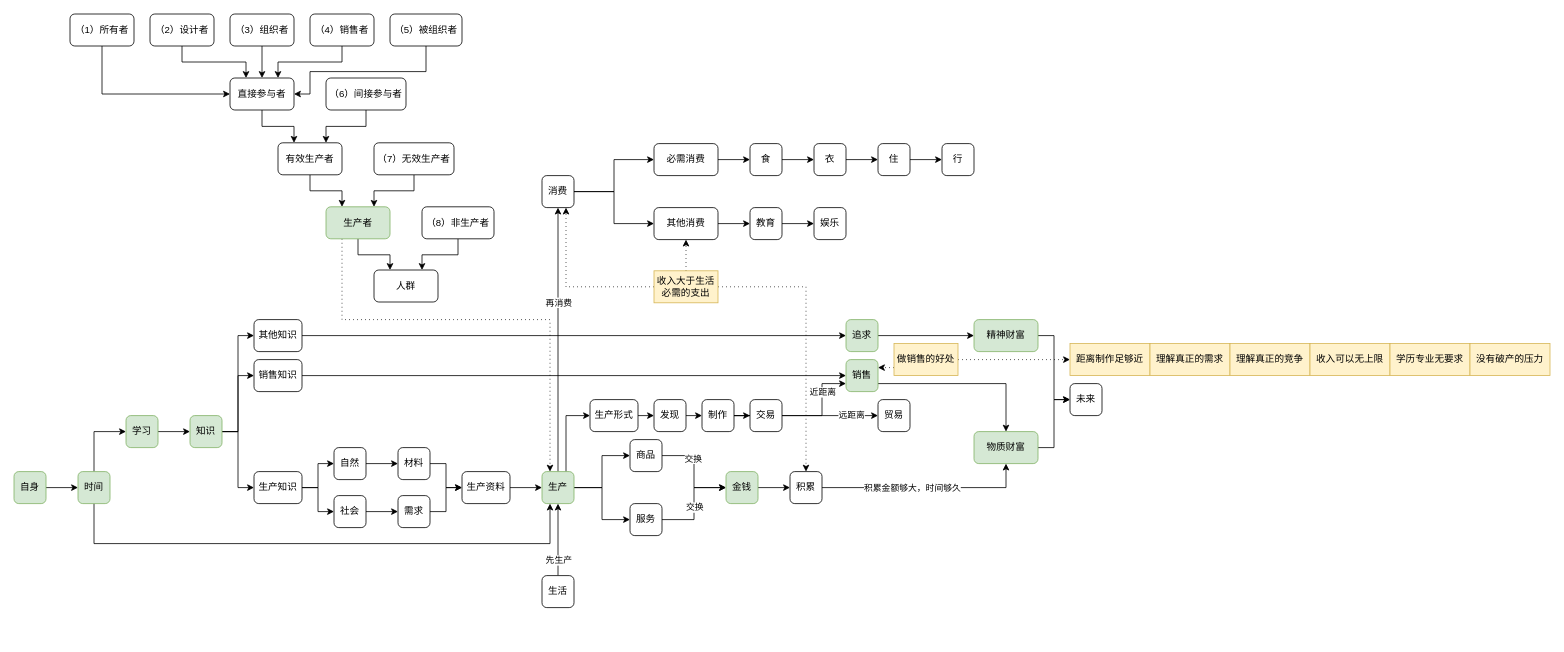
Before: 财富的真相.drawio in yanhanfrontend/draw.io.workspace, a draw.io diagram. Source tidied: cells renumbered, new cells numbered last; positions are measured from the earlier drawing's top-left corner, leaving out a move shared by most shapes. Both pictures are drawn from the tidied source at 80%, with x=0, y=0 at pixel (14, 14).
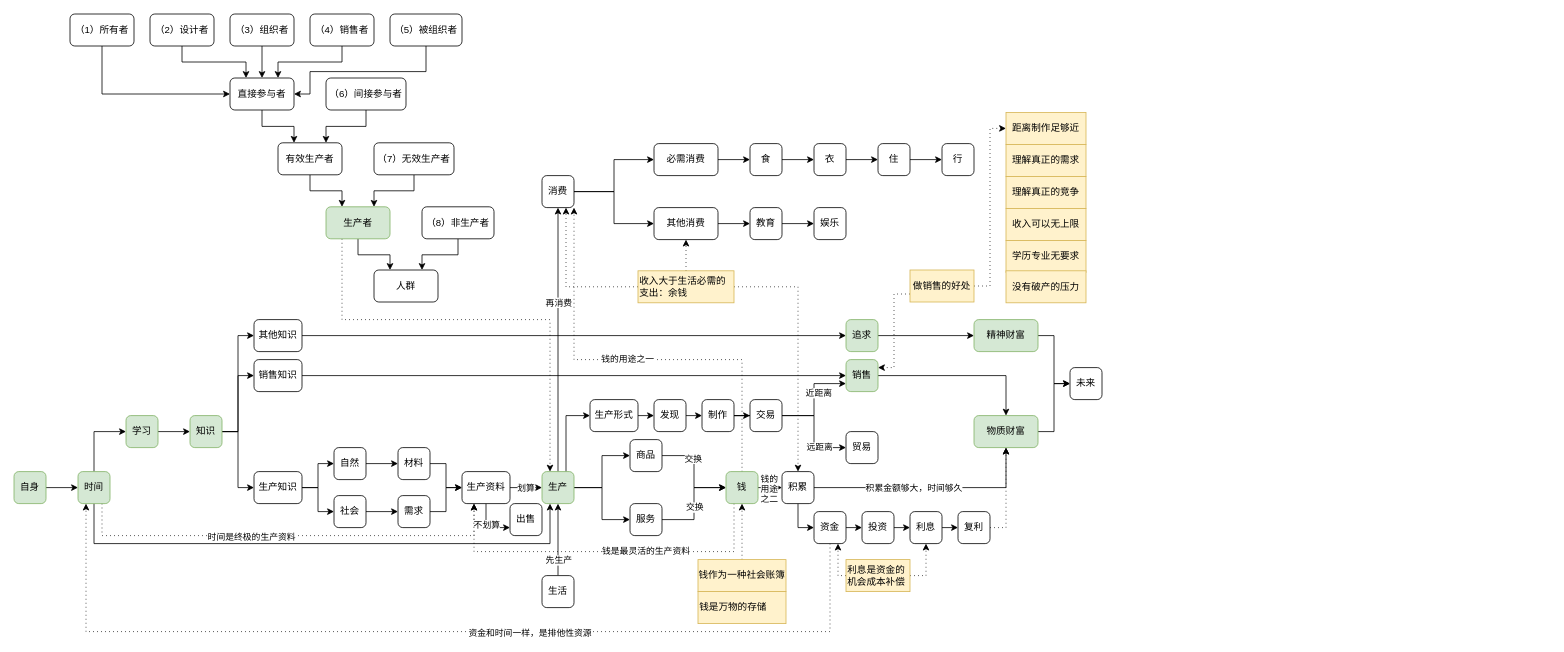
After the change.

Commit message (it also covers changes not shown here):
更新财富的真相.drawio

Unchanged cells that the change refers to:
```xml
<mxCell id="13" value="消费" style="rounded=1;whiteSpace=wrap;html=1;" parent="1" vertex="1">
  <mxGeometry x="660" y="202" width="40" height="40" as="geometry" />
</mxCell>
<mxCell id="36" style="edgeStyle=orthogonalEdgeStyle;rounded=0;jettySize=auto;html=1;exitX=1;exitY=0.5;exitDx=0;exitDy=0;entryX=0;entryY=0.5;entryDx=0;entryDy=0;" parent="1" edge="1" source="37" target="44">
  <mxGeometry relative="1" as="geometry" />
</mxCell>
<mxCell id="45" style="edgeStyle=orthogonalEdgeStyle;rounded=0;jettySize=auto;html=1;exitX=1;exitY=0.5;exitDx=0;exitDy=0;entryX=0;entryY=0.5;entryDx=0;entryDy=0;" parent="1" edge="1" source="46" target="10">
  <mxGeometry relative="1" as="geometry" />
</mxCell>
<mxCell id="46" value="生产资料" style="rounded=1;whiteSpace=wrap;html=1;" parent="1" vertex="1">
  <mxGeometry x="560" y="572" width="60" height="40" as="geometry" />
</mxCell>
<mxCell id="53" value="时间" style="rounded=1;whiteSpace=wrap;html=1;fillColor=#d5e8d4;strokeColor=#82b366;" parent="1" vertex="1">
  <mxGeometry x="80" y="572" width="40" height="40" as="geometry" />
</mxCell>
<mxCell id="100" value="交易" style="rounded=1;whiteSpace=wrap;html=1;" parent="1" vertex="1">
  <mxGeometry x="920" y="482" width="40" height="40" as="geometry" />
</mxCell>
<mxCell id="102" value="销售" style="rounded=1;whiteSpace=wrap;html=1;fillColor=#d5e8d4;strokeColor=#82b366;" parent="1" vertex="1">
  <mxGeometry x="1040" y="432" width="40" height="40" as="geometry" />
</mxCell>
```

Change to the diagram source:
```diff
@@
+    <mxCell id="125" value="钱的&lt;br&gt;用途&lt;br&gt;之二" style="edgeLabel;html=1;align=center;verticalAlign=middle;" parent="36" vertex="1">
+      <mxGeometry x="-0.11" y="-1" relative="1" as="geometry" />
+    </mxCell>
+    <mxCell id="126" style="edgeStyle=orthogonalEdgeStyle;rounded=0;jettySize=auto;html=1;exitX=0.5;exitY=0;exitDx=0;exitDy=0;entryX=1;entryY=1;entryDx=0;entryDy=0;dashed=1;dashPattern=1 4;" parent="1" edge="1" source="37" target="13">
+      <mxGeometry relative="1" as="geometry">
+        <Array as="points">
+          <mxPoint x="910" y="432" />
+          <mxPoint x="700" y="432" />
+        </Array>
+      </mxGeometry>
+    </mxCell>
+    <mxCell id="127" value="钱的用途之一" style="edgeLabel;html=1;align=center;verticalAlign=middle;" parent="126" vertex="1">
+      <mxGeometry x="0.05" y="-1" relative="1" as="geometry" />
+    </mxCell>
+    <mxCell id="128" style="edgeStyle=orthogonalEdgeStyle;rounded=0;jettySize=auto;html=1;exitX=0.25;exitY=1;exitDx=0;exitDy=0;entryX=0.25;entryY=1;entryDx=0;entryDy=0;dashed=1;dashPattern=1 4;" parent="1" edge="1" source="37" target="46">
+      <mxGeometry relative="1" as="geometry">
+        <Array as="points">
+          <mxPoint x="900" y="672" />
+          <mxPoint x="575" y="672" />
+        </Array>
+      </mxGeometry>
+    </mxCell>
+    <mxCell id="129" value="钱是最灵活的生产资料" style="edgeLabel;html=1;align=center;verticalAlign=middle;" parent="128" vertex="1">
+      <mxGeometry x="-0.23" y="-1" relative="1" as="geometry" />
+    </mxCell>
-    <mxCell id="37" value="金钱" style="rounded=1;whiteSpace=wrap;html=1;fillColor=#d5e8d4;strokeColor=#82b366;" parent="1" vertex="1">
+    <mxCell id="37" value="钱" style="rounded=1;whiteSpace=wrap;html=1;fillColor=#d5e8d4;strokeColor=#82b366;" parent="1" vertex="1">
       <mxGeometry x="890" y="572" width="40" height="40" as="geometry" />
     </mxCell>
@@
     <mxCell id="39" value="物质财富" style="rounded=1;whiteSpace=wrap;html=1;fillColor=#d5e8d4;strokeColor=#82b366;" parent="1" vertex="1">
-      <mxGeometry x="1200" y="522" width="80" height="40" as="geometry" />
+      <mxGeometry x="1200" y="502" width="80" height="40" as="geometry" />
     </mxCell>
@@
-    <mxCell id="43" value="收入大于生活必需的支出" style="text;html=1;align=center;verticalAlign=middle;whiteSpace=wrap;rounded=0;fillColor=#fff2cc;strokeColor=#d6b656;" parent="1" vertex="1">
-      <mxGeometry x="800" y="321" width="80" height="40" as="geometry" />
+    <mxCell id="43" value="收入大于生活必需的支出：余钱" style="text;html=1;align=left;verticalAlign=middle;whiteSpace=wrap;rounded=0;fillColor=#fff2cc;strokeColor=#d6b656;" parent="1" vertex="1">
+      <mxGeometry x="780" y="321" width="120" height="40" as="geometry" />
     </mxCell>
+    <mxCell id="130" style="edgeStyle=orthogonalEdgeStyle;rounded=0;jettySize=auto;html=1;exitX=0.5;exitY=1;exitDx=0;exitDy=0;entryX=0;entryY=0.5;entryDx=0;entryDy=0;" parent="1" edge="1" source="44" target="143">
+      <mxGeometry relative="1" as="geometry">
+        <Array as="points">
+          <mxPoint x="980" y="642" />
+        </Array>
+      </mxGeometry>
+    </mxCell>
     <mxCell id="44" value="积累" style="rounded=1;whiteSpace=wrap;html=1;" parent="1" vertex="1">
-      <mxGeometry x="970" y="572" width="40" height="40" as="geometry" />
+      <mxGeometry x="960" y="572" width="40" height="40" as="geometry" />
     </mxCell>
@@
+    <mxCell id="131" value="划算" style="edgeLabel;html=1;align=center;verticalAlign=middle;" parent="45" vertex="1">
+      <mxGeometry x="-0.07" y="-2" relative="1" as="geometry">
+        <mxPoint y="-2" as="offset" />
+      </mxGeometry>
+    </mxCell>
+    <mxCell id="132" style="edgeStyle=orthogonalEdgeStyle;rounded=0;jettySize=auto;html=1;exitX=0.5;exitY=1;exitDx=0;exitDy=0;entryX=0;entryY=0.75;entryDx=0;entryDy=0;" parent="1" edge="1" source="46" target="136">
+      <mxGeometry relative="1" as="geometry" />
+    </mxCell>
+    <mxCell id="133" value="不划算" style="edgeLabel;html=1;align=center;verticalAlign=middle;" parent="132" vertex="1">
+      <mxGeometry x="-0.12" relative="1" as="geometry" />
+    </mxCell>
@@
+    <mxCell id="134" style="edgeStyle=orthogonalEdgeStyle;rounded=0;jettySize=auto;html=1;exitX=0.75;exitY=1;exitDx=0;exitDy=0;entryX=0.25;entryY=1;entryDx=0;entryDy=0;dashed=1;dashPattern=1 4;" parent="1" edge="1" source="53" target="46">
+      <mxGeometry relative="1" as="geometry">
+        <Array as="points">
+          <mxPoint x="110" y="652" />
+          <mxPoint x="575" y="652" />
+        </Array>
+      </mxGeometry>
+    </mxCell>
+    <mxCell id="135" value="时间是终极的生产资料" style="edgeLabel;html=1;align=center;verticalAlign=middle;" parent="134" vertex="1">
+      <mxGeometry x="-0.17" y="-1" relative="1" as="geometry" />
+    </mxCell>
@@
     <mxCell id="96" style="edgeStyle=orthogonalEdgeStyle;rounded=0;jettySize=auto;html=1;exitX=1;exitY=0.5;exitDx=0;exitDy=0;entryX=0;entryY=0.75;entryDx=0;entryDy=0;" parent="1" edge="1" source="100" target="102">
       <mxGeometry relative="1" as="geometry">
         <Array as="points">
-          <mxPoint x="1010" y="502" />
-          <mxPoint x="1010" y="462" />
+          <mxPoint x="1000" y="502" />
+          <mxPoint x="1000" y="462" />
         </Array>
       </mxGeometry>
     </mxCell>
@@
-    <mxCell id="101" style="edgeStyle=orthogonalEdgeStyle;rounded=0;jettySize=auto;html=1;exitX=1;exitY=0.75;exitDx=0;exitDy=0;" parent="1" edge="1" source="102" target="39">
+    <mxCell id="101" style="edgeStyle=orthogonalEdgeStyle;rounded=0;jettySize=auto;html=1;exitX=1;exitY=0.5;exitDx=0;exitDy=0;" parent="1" edge="1" source="102" target="39">
       <mxGeometry relative="1" as="geometry" />
     </mxCell>
@@
     <mxCell id="103" value="贸易" style="rounded=1;whiteSpace=wrap;html=1;" parent="1" vertex="1">
-      <mxGeometry x="1080" y="482" width="40" height="40" as="geometry" />
+      <mxGeometry x="1040" y="522" width="40" height="40" as="geometry" />
     </mxCell>
@@
     <mxCell id="106" value="做销售的好处" style="text;html=1;align=center;verticalAlign=middle;whiteSpace=wrap;rounded=0;fillColor=#fff2cc;strokeColor=#d6b656;" parent="1" vertex="1">
-      <mxGeometry x="1100" y="412" width="80" height="40" as="geometry" />
+      <mxGeometry x="1120" y="320" width="80" height="40" as="geometry" />
     </mxCell>
     <mxCell id="107" value="距离制作足够近" style="text;html=1;align=center;verticalAlign=middle;whiteSpace=wrap;rounded=0;fillColor=#fff2cc;strokeColor=#d6b656;" parent="1" vertex="1">
-      <mxGeometry x="1320" y="412" width="100" height="40" as="geometry" />
+      <mxGeometry x="1240" y="123" width="100" height="40" as="geometry" />
     </mxCell>
     <mxCell id="108" value="理解真正的需求" style="text;html=1;align=center;verticalAlign=middle;whiteSpace=wrap;rounded=0;fillColor=#fff2cc;strokeColor=#d6b656;" parent="1" vertex="1">
-      <mxGeometry x="1420" y="412" width="100" height="40" as="geometry" />
+      <mxGeometry x="1240" y="163" width="100" height="40" as="geometry" />
     </mxCell>
     <mxCell id="109" value="理解真正的竞争" style="text;html=1;align=center;verticalAlign=middle;whiteSpace=wrap;rounded=0;fillColor=#fff2cc;strokeColor=#d6b656;" parent="1" vertex="1">
-      <mxGeometry x="1520" y="412" width="100" height="40" as="geometry" />
+      <mxGeometry x="1240" y="203" width="100" height="40" as="geometry" />
     </mxCell>
     <mxCell id="110" value="收入可以无上限" style="text;html=1;align=center;verticalAlign=middle;whiteSpace=wrap;rounded=0;fillColor=#fff2cc;strokeColor=#d6b656;" parent="1" vertex="1">
-      <mxGeometry x="1620" y="412" width="100" height="40" as="geometry" />
+      <mxGeometry x="1240" y="243" width="100" height="40" as="geometry" />
     </mxCell>
     <mxCell id="111" value="学历专业无要求" style="text;html=1;align=center;verticalAlign=middle;whiteSpace=wrap;rounded=0;fillColor=#fff2cc;strokeColor=#d6b656;" parent="1" vertex="1">
-      <mxGeometry x="1720" y="412" width="100" height="40" as="geometry" />
+      <mxGeometry x="1240" y="283" width="100" height="40" as="geometry" />
     </mxCell>
     <mxCell id="112" value="没有破产的压力" style="text;html=1;align=center;verticalAlign=middle;whiteSpace=wrap;rounded=0;fillColor=#fff2cc;strokeColor=#d6b656;" parent="1" vertex="1">
-      <mxGeometry x="1820" y="412" width="100" height="40" as="geometry" />
+      <mxGeometry x="1240" y="321" width="100" height="40" as="geometry" />
     </mxCell>
@@
     <mxCell id="124" value="未来" style="rounded=1;whiteSpace=wrap;html=1;" parent="1" vertex="1">
-      <mxGeometry x="1320" y="462" width="40" height="40" as="geometry" />
+      <mxGeometry x="1320" y="442" width="40" height="40" as="geometry" />
     </mxCell>
+    <mxCell id="136" value="出售" style="rounded=1;whiteSpace=wrap;html=1;" parent="1" vertex="1">
+      <mxGeometry x="620" y="612" width="40" height="40" as="geometry" />
+    </mxCell>
+    <mxCell id="137" value="钱是万物的存储" style="text;html=1;align=left;verticalAlign=middle;whiteSpace=wrap;rounded=0;fillColor=#fff2cc;strokeColor=#d6b656;" parent="1" vertex="1">
+      <mxGeometry x="855" y="722" width="110" height="40" as="geometry" />
+    </mxCell>
+    <mxCell id="138" style="edgeStyle=orthogonalEdgeStyle;rounded=0;jettySize=auto;html=1;exitX=0.5;exitY=0;exitDx=0;exitDy=0;entryX=0.5;entryY=1;entryDx=0;entryDy=0;dashed=1;dashPattern=1 4;" parent="1" edge="1" source="139" target="37">
+      <mxGeometry relative="1" as="geometry" />
+    </mxCell>
+    <mxCell id="139" value="钱作为一种社会账簿" style="text;html=1;align=center;verticalAlign=middle;whiteSpace=wrap;rounded=0;fillColor=#fff2cc;strokeColor=#d6b656;" parent="1" vertex="1">
+      <mxGeometry x="855" y="682" width="110" height="40" as="geometry" />
+    </mxCell>
+    <mxCell id="140" style="edgeStyle=orthogonalEdgeStyle;rounded=0;jettySize=auto;html=1;exitX=0.5;exitY=1;exitDx=0;exitDy=0;entryX=0.25;entryY=1;entryDx=0;entryDy=0;dashed=1;dashPattern=1 4;" parent="1" edge="1" source="143" target="53">
+      <mxGeometry relative="1" as="geometry">
+        <Array as="points">
+          <mxPoint x="1020" y="772" />
+          <mxPoint x="90" y="772" />
+        </Array>
+      </mxGeometry>
+    </mxCell>
+    <mxCell id="141" value="资金和时间一样，是排他性资源" style="edgeLabel;html=1;align=center;verticalAlign=middle;" parent="140" vertex="1">
+      <mxGeometry x="-0.19" y="1" relative="1" as="geometry" />
+    </mxCell>
+    <mxCell id="142" style="edgeStyle=orthogonalEdgeStyle;rounded=0;jettySize=auto;html=1;exitX=1;exitY=0.5;exitDx=0;exitDy=0;entryX=0;entryY=0.5;entryDx=0;entryDy=0;" parent="1" edge="1" source="143" target="145">
+      <mxGeometry relative="1" as="geometry" />
+    </mxCell>
+    <mxCell id="143" value="资金" style="rounded=1;whiteSpace=wrap;html=1;" parent="1" vertex="1">
+      <mxGeometry x="1000" y="622" width="40" height="40" as="geometry" />
+    </mxCell>
+    <mxCell id="144" style="edgeStyle=orthogonalEdgeStyle;rounded=0;jettySize=auto;html=1;exitX=1;exitY=0.5;exitDx=0;exitDy=0;entryX=0;entryY=0.5;entryDx=0;entryDy=0;" parent="1" edge="1" source="145" target="150">
+      <mxGeometry relative="1" as="geometry" />
+    </mxCell>
+    <mxCell id="145" value="投资" style="rounded=1;whiteSpace=wrap;html=1;" parent="1" vertex="1">
+      <mxGeometry x="1060" y="622" width="40" height="40" as="geometry" />
+    </mxCell>
+    <mxCell id="146" style="edgeStyle=orthogonalEdgeStyle;rounded=0;jettySize=auto;html=1;exitX=0;exitY=0.5;exitDx=0;exitDy=0;dashed=1;dashPattern=1 4;" parent="1" edge="1" source="148">
+      <mxGeometry relative="1" as="geometry">
+        <mxPoint x="1030" y="662" as="targetPoint" />
+        <Array as="points">
+          <mxPoint x="1030" y="702" />
+          <mxPoint x="1030" y="662" />
+        </Array>
+      </mxGeometry>
+    </mxCell>
+    <mxCell id="147" style="edgeStyle=orthogonalEdgeStyle;rounded=0;jettySize=auto;html=1;exitX=1;exitY=0.5;exitDx=0;exitDy=0;entryX=0.5;entryY=1;entryDx=0;entryDy=0;dashed=1;dashPattern=1 4;" parent="1" edge="1" source="148" target="150">
+      <mxGeometry relative="1" as="geometry">
+        <Array as="points">
+          <mxPoint x="1140" y="702" />
+        </Array>
+      </mxGeometry>
+    </mxCell>
+    <mxCell id="148" value="利息是资金的机会成本补偿" style="text;html=1;align=left;verticalAlign=middle;whiteSpace=wrap;rounded=0;fillColor=#fff2cc;strokeColor=#d6b656;" parent="1" vertex="1">
+      <mxGeometry x="1040" y="682" width="80" height="40" as="geometry" />
+    </mxCell>
+    <mxCell id="149" style="edgeStyle=orthogonalEdgeStyle;rounded=0;jettySize=auto;html=1;exitX=1;exitY=0.5;exitDx=0;exitDy=0;entryX=0;entryY=0.5;entryDx=0;entryDy=0;" parent="1" edge="1" source="150" target="152">
+      <mxGeometry relative="1" as="geometry" />
+    </mxCell>
+    <mxCell id="150" value="利息" style="rounded=1;whiteSpace=wrap;html=1;" parent="1" vertex="1">
+      <mxGeometry x="1120" y="622" width="40" height="40" as="geometry" />
+    </mxCell>
+    <mxCell id="151" style="edgeStyle=orthogonalEdgeStyle;rounded=0;jettySize=auto;html=1;exitX=1;exitY=0.5;exitDx=0;exitDy=0;dashed=1;dashPattern=1 4;" parent="1" edge="1" source="152" target="39">
+      <mxGeometry relative="1" as="geometry" />
+    </mxCell>
+    <mxCell id="152" value="复利" style="rounded=1;whiteSpace=wrap;html=1;" parent="1" vertex="1">
+      <mxGeometry x="1180" y="622" width="40" height="40" as="geometry" />
+    </mxCell>
```
